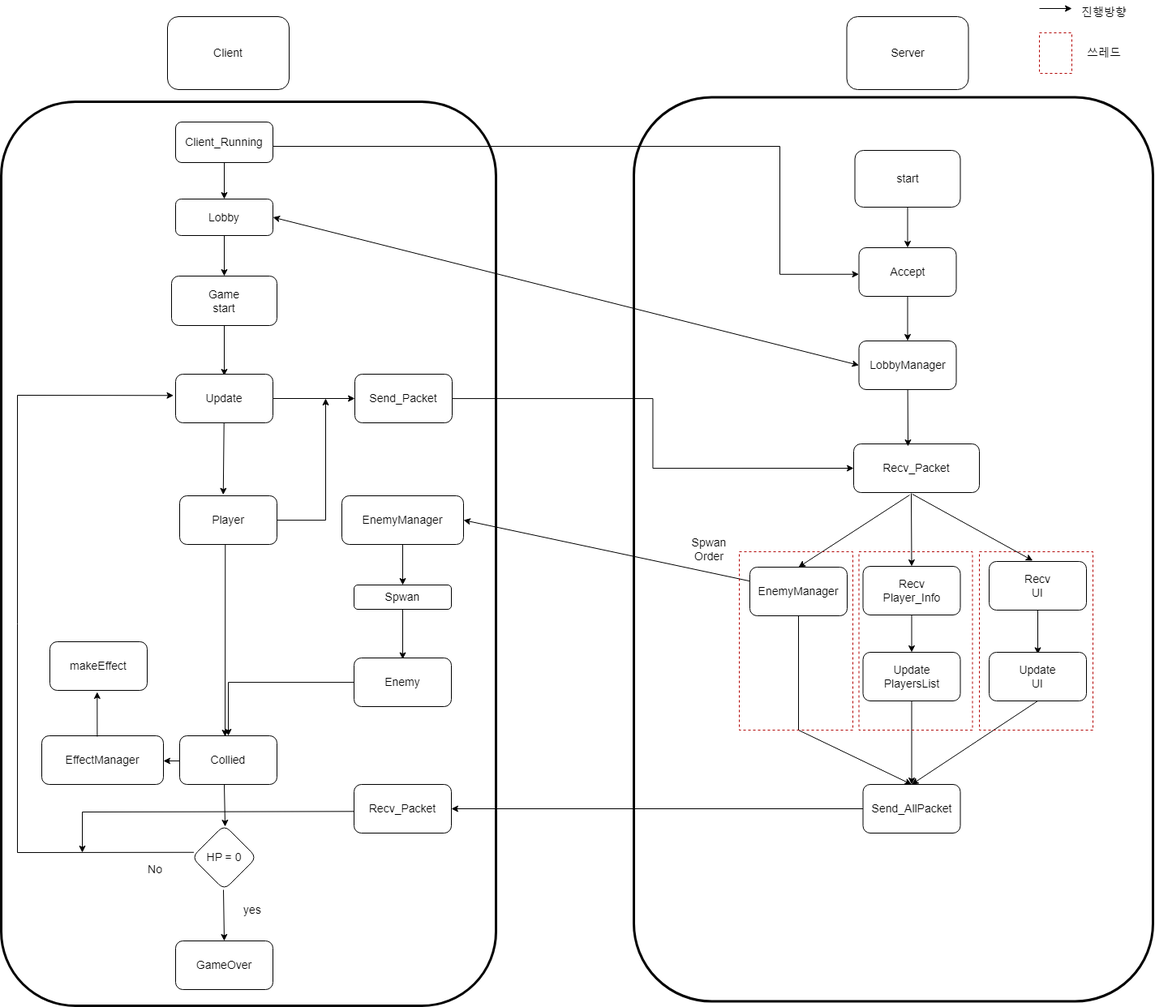
Above: drawing/high_level_image.png in lhb0269/NetGameProject (draw.io), before the change. Source tidied: cells renumbered, new cells last; positions are measured from the earlier drawing's top-left corner, leaving out a move shared by most shapes.
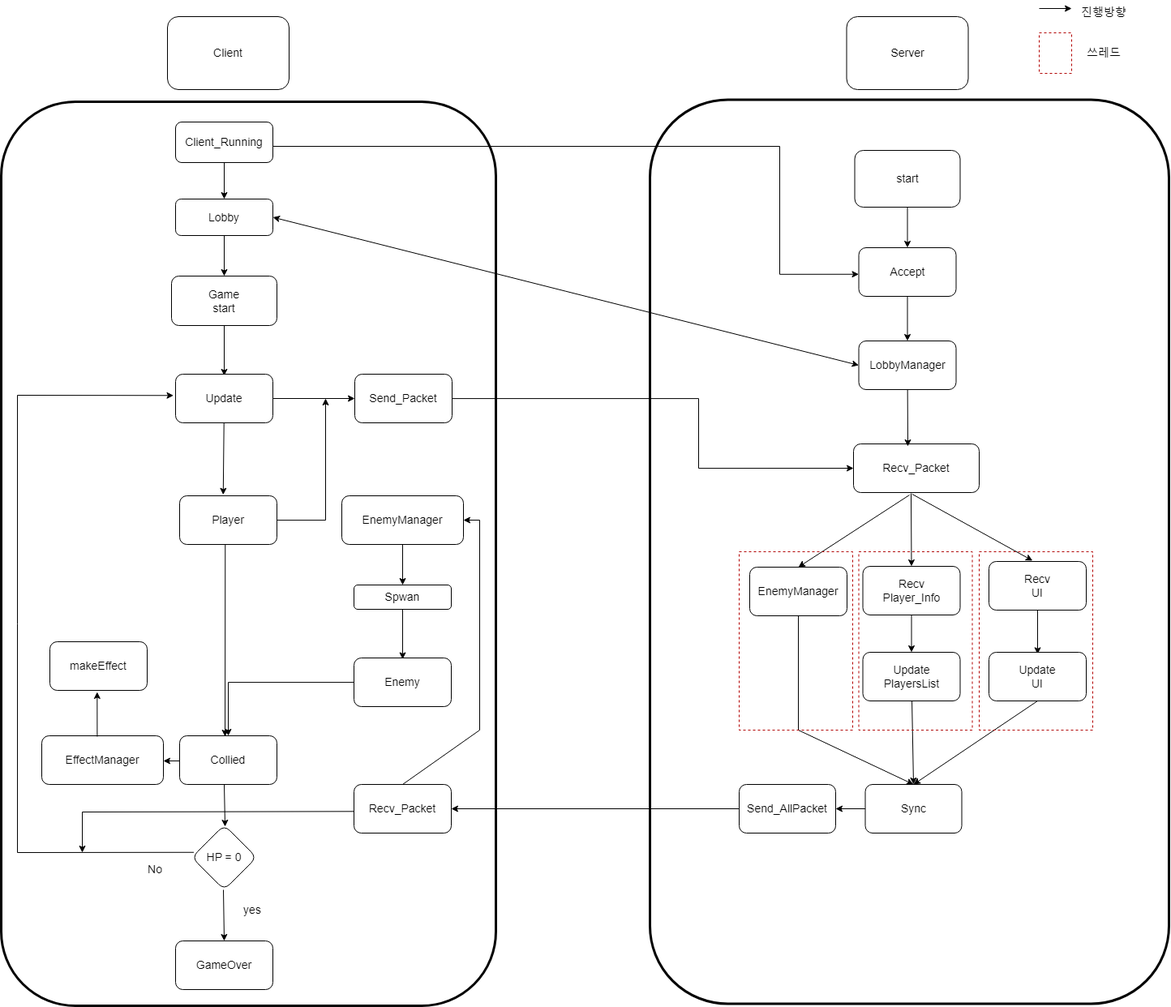
The same file after the commit.

Diff of the diagram source:
```diff
@@ -6,7 +6,7 @@
       <mxGeometry y="125" width="610" height="1115" as="geometry" />
     </mxCell>
     <mxCell id="3" style="rounded=1;whiteSpace=wrap;html=1;strokeWidth=3;fillColor=none;fontFamily=Helvetica;fontSize=14;" parent="1" vertex="1">
-      <mxGeometry x="780" y="119.5" width="640" height="1115" as="geometry" />
+      <mxGeometry x="800" y="122.5" width="640" height="1115" as="geometry" />
     </mxCell>
     <mxCell id="4" value="&lt;font style=&quot;font-size: 14px;&quot;&gt;Client&lt;/font&gt;" style="rounded=1;whiteSpace=wrap;html=1;fontFamily=Helvetica;fontSize=14;" parent="1" vertex="1">
       <mxGeometry x="205" y="20" width="150" height="90" as="geometry" />
@@ -152,9 +152,6 @@
     <mxCell id="44" value="Update&lt;br style=&quot;font-size: 14px;&quot;&gt;PlayersList" style="rounded=1;whiteSpace=wrap;html=1;fontFamily=Helvetica;fontSize=14;" parent="1" vertex="1">
       <mxGeometry x="1062.5" y="804" width="120" height="60" as="geometry" />
     </mxCell>
-    <mxCell id="45" style="edgeStyle=none;rounded=0;jettySize=auto;html=1;strokeColor=default;fontFamily=Helvetica;fontSize=14;sourcePerimeterSpacing=0;entryX=1;entryY=0.5;entryDx=0;entryDy=0;" parent="1" edge="1" source="47" target="15">
-      <mxGeometry relative="1" as="geometry" />
-    </mxCell>
     <mxCell id="46" style="edgeStyle=none;rounded=0;jettySize=auto;html=1;entryX=0.5;entryY=0;entryDx=0;entryDy=0;strokeColor=default;fontFamily=Helvetica;fontSize=14;sourcePerimeterSpacing=0;exitX=0.5;exitY=1;exitDx=0;exitDy=0;" parent="1" edge="1" source="47" target="65">
       <mxGeometry relative="1" as="geometry">
         <Array as="points">
@@ -165,9 +162,6 @@
     <mxCell id="47" value="EnemyManager" style="rounded=1;whiteSpace=wrap;html=1;fontFamily=Helvetica;fontSize=14;" parent="1" vertex="1">
       <mxGeometry x="923" y="699" width="120" height="60" as="geometry" />
     </mxCell>
-    <mxCell id="48" value="Spwan&lt;br style=&quot;font-size: 14px;&quot;&gt;Order" style="text;html=1;strokeColor=none;fillColor=none;align=center;verticalAlign=middle;whiteSpace=wrap;rounded=0;rotation=0;fontFamily=Helvetica;fontSize=14;" parent="1" vertex="1">
-      <mxGeometry x="843" y="662" width="60" height="30" as="geometry" />
-    </mxCell>
     <mxCell id="49" style="edgeStyle=orthogonalEdgeStyle;rounded=0;jettySize=auto;html=1;fontFamily=Helvetica;fontSize=14;" parent="1" edge="1" source="50" target="21">
       <mxGeometry relative="1" as="geometry" />
     </mxCell>
@@ -180,6 +174,14 @@
     <mxCell id="52" value="Update&lt;br style=&quot;font-size: 14px;&quot;&gt;UI" style="rounded=1;whiteSpace=wrap;html=1;fontFamily=Helvetica;fontSize=14;" parent="1" vertex="1">
       <mxGeometry x="1218" y="804" width="120" height="60" as="geometry" />
     </mxCell>
+    <mxCell id="73" style="edgeStyle=none;rounded=0;jettySize=auto;html=1;strokeColor=default;fontFamily=Helvetica;fontSize=14;sourcePerimeterSpacing=0;entryX=1;entryY=0.5;entryDx=0;entryDy=0;exitX=0.5;exitY=0;exitDx=0;exitDy=0;" parent="1" edge="1" source="53" target="15">
+      <mxGeometry relative="1" as="geometry">
+        <Array as="points">
+          <mxPoint x="590" y="900" />
+          <mxPoint x="590" y="641" />
+        </Array>
+      </mxGeometry>
+    </mxCell>
     <mxCell id="53" value="Recv_Packet" style="rounded=1;whiteSpace=wrap;html=1;fontFamily=Helvetica;fontSize=14;" parent="1" vertex="1">
       <mxGeometry x="435" y="967" width="120" height="60" as="geometry" />
     </mxCell>
@@ -192,7 +194,12 @@
       </mxGeometry>
     </mxCell>
     <mxCell id="55" style="edgeStyle=orthogonalEdgeStyle;rounded=0;jettySize=auto;html=1;entryX=0;entryY=0.5;entryDx=0;entryDy=0;fontFamily=Helvetica;fontSize=14;" parent="1" edge="1" source="56" target="7">
-      <mxGeometry relative="1" as="geometry" />
+      <mxGeometry relative="1" as="geometry">
+        <Array as="points">
+          <mxPoint x="860" y="491" />
+          <mxPoint x="860" y="577" />
+        </Array>
+      </mxGeometry>
     </mxCell>
     <mxCell id="56" value="Send_Packet" style="rounded=1;whiteSpace=wrap;html=1;fontFamily=Helvetica;fontSize=14;" parent="1" vertex="1">
       <mxGeometry x="436" y="461" width="120" height="60" as="geometry" />
@@ -220,11 +227,14 @@
     <mxCell id="63" style="endArrow=classic;startArrow=classic;html=1;rounded=0;exitX=1;exitY=0.5;exitDx=0;exitDy=0;entryX=0;entryY=0.5;entryDx=0;entryDy=0;fontFamily=Helvetica;fontSize=14;" parent="1" edge="1" source="60" target="62">
       <mxGeometry relative="1" as="geometry" />
     </mxCell>
-    <mxCell id="64" style="edgeStyle=none;rounded=0;jettySize=auto;html=1;entryX=1;entryY=0.5;entryDx=0;entryDy=0;strokeColor=default;fontFamily=Helvetica;fontSize=14;sourcePerimeterSpacing=0;" parent="1" edge="1" source="65" target="53">
+    <mxCell id="64" style="edgeStyle=none;rounded=0;jettySize=auto;html=1;entryX=1;entryY=0.5;entryDx=0;entryDy=0;strokeColor=default;fontFamily=Helvetica;fontSize=14;sourcePerimeterSpacing=0;exitX=0;exitY=0.5;exitDx=0;exitDy=0;" parent="1" edge="1" source="75" target="53">
       <mxGeometry relative="1" as="geometry" />
     </mxCell>
+    <mxCell id="74" style="edgeStyle=none;rounded=0;jettySize=auto;html=1;exitX=0;exitY=0.5;exitDx=0;exitDy=0;entryX=1;entryY=0.5;entryDx=0;entryDy=0;strokeColor=default;fontFamily=Helvetica;fontSize=14;sourcePerimeterSpacing=0;" parent="1" edge="1" source="65" target="75">
+      <mxGeometry relative="1" as="geometry" />
+    </mxCell>
-    <mxCell id="65" value="Send_AllPacket" style="rounded=1;whiteSpace=wrap;html=1;strokeWidth=1;fontFamily=Helvetica;fontSize=14;fillColor=none;" parent="1" vertex="1">
-      <mxGeometry x="1062.5" y="967" width="120" height="60" as="geometry" />
+    <mxCell id="65" value="Sync" style="rounded=1;whiteSpace=wrap;html=1;strokeWidth=1;fontFamily=Helvetica;fontSize=14;fillColor=none;" parent="1" vertex="1">
+      <mxGeometry x="1065.5" y="967" width="119" height="60" as="geometry" />
     </mxCell>
     <mxCell id="66" style="rounded=0;whiteSpace=wrap;html=1;strokeWidth=1;fontFamily=Helvetica;fontSize=14;fillColor=none;dashed=1;strokeColor=#B20000;fontColor=#ffffff;" parent="1" vertex="1">
       <mxGeometry x="910" y="680" width="140" height="220" as="geometry" />
@@ -250,5 +260,8 @@
     <mxCell id="72" value="진행방향" style="text;html=1;strokeColor=none;fillColor=none;align=center;verticalAlign=middle;whiteSpace=wrap;rounded=0;dashed=1;strokeWidth=1;fontFamily=Helvetica;fontSize=14;" parent="1" vertex="1">
       <mxGeometry x="1330" width="60" height="30" as="geometry" />
     </mxCell>
+    <mxCell id="75" value="Send_AllPacket" style="rounded=1;whiteSpace=wrap;html=1;strokeWidth=1;fontFamily=Helvetica;fontSize=14;fillColor=none;" parent="1" vertex="1">
+      <mxGeometry x="910" y="967" width="119" height="60" as="geometry" />
+    </mxCell>
   </root>
 </mxGraphModel>
```
